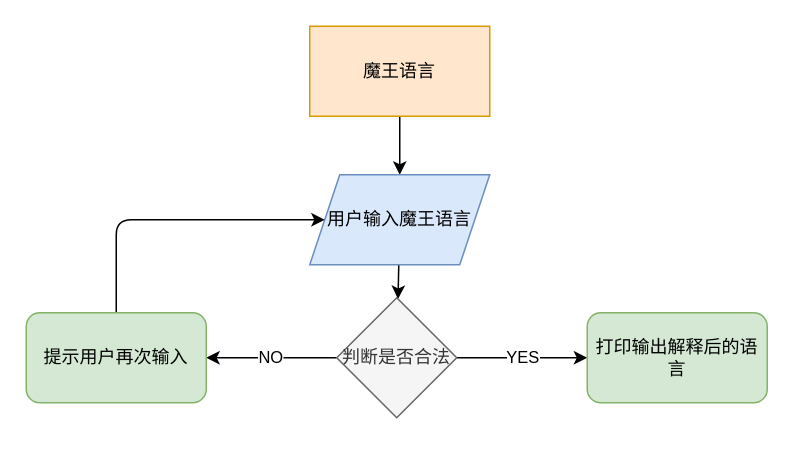
Before: page "第 1 页" (1 of 2) of practice/1.drawio in w040150594/DataStructAlgorithm_hdu, a draw.io diagram. Source tidied: cells renumbered, new cells numbered last; positions are measured from the earlier drawing's top-left corner, leaving out a move shared by most shapes. Both pictures are drawn from the tidied source at 150%, with x=0, y=0 at pixel (26, 26).
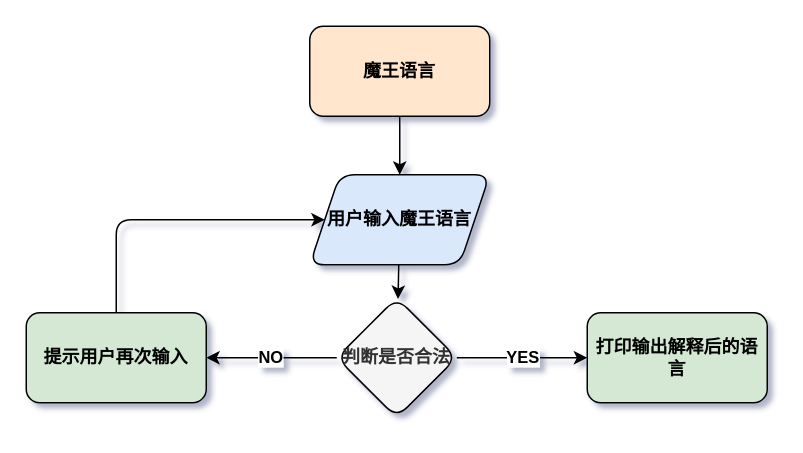
After the change.

The edit, as a diff of the source:
```diff
@@
-<mxGraphModel>
+<mxGraphModel background="#FFFFFF" shadow="1">
   <root>
     <mxCell id="0" />
     <mxCell id="1" parent="0" />
-    <mxCell id="2" style="edgeStyle=none;html=1;" parent="1" edge="1" source="3" target="5">
+    <mxCell id="2" style="edgeStyle=none;html=1;rounded=1;strokeColor=default;shadow=0;sketch=0;fontStyle=1;labelBorderColor=none;horizontal=1;" parent="1" edge="1" source="3" target="5">
       <mxGeometry relative="1" as="geometry" />
     </mxCell>
-    <mxCell id="3" value="魔王语言" style="rounded=0;whiteSpace=wrap;html=1;fillColor=#ffe6cc;strokeColor=#d79b00;" parent="1" vertex="1">
-      <mxGeometry x="189" width="120" height="60" as="geometry" />
-    </mxCell>
-    <mxCell id="4" style="edgeStyle=none;html=1;" parent="1" edge="1" source="5" target="8">
+    <mxCell id="4" style="edgeStyle=none;html=1;rounded=1;strokeColor=default;shadow=0;sketch=0;fontStyle=1;labelBorderColor=none;horizontal=1;" parent="1" edge="1" source="5" target="8">
       <mxGeometry relative="1" as="geometry" />
     </mxCell>
-    <mxCell id="5" value="用户输入魔王语言" style="shape=parallelogram;perimeter=parallelogramPerimeter;whiteSpace=wrap;html=1;fixedSize=1;rounded=0;fillColor=#dae8fc;strokeColor=#6c8ebf;" parent="1" vertex="1">
+    <mxCell id="5" value="用户输入魔王语言" style="shape=parallelogram;perimeter=parallelogramPerimeter;whiteSpace=wrap;html=1;fixedSize=1;rounded=1;fillColor=#dae8fc;strokeColor=default;shadow=0;sketch=0;fontStyle=1;labelBorderColor=none;horizontal=1;" parent="1" vertex="1">
       <mxGeometry x="189" y="99" width="120" height="60" as="geometry" />
     </mxCell>
-    <mxCell id="6" value="YES" style="edgeStyle=none;html=1;exitX=1;exitY=0.5;exitDx=0;exitDy=0;entryX=0;entryY=0.5;entryDx=0;entryDy=0;" parent="1" edge="1" source="8" target="11">
+    <mxCell id="6" value="YES" style="edgeStyle=none;html=1;exitX=1;exitY=0.5;exitDx=0;exitDy=0;entryX=0;entryY=0.5;entryDx=0;entryDy=0;rounded=1;strokeColor=default;shadow=0;sketch=0;fontStyle=1;labelBorderColor=none;horizontal=1;" parent="1" edge="1" source="8" target="11">
       <mxGeometry relative="1" as="geometry" />
     </mxCell>
-    <mxCell id="7" value="NO" style="edgeStyle=none;html=1;exitX=0;exitY=0.5;exitDx=0;exitDy=0;entryX=1;entryY=0.5;entryDx=0;entryDy=0;" parent="1" edge="1" source="8" target="10">
+    <mxCell id="7" value="NO" style="edgeStyle=none;html=1;exitX=0;exitY=0.5;exitDx=0;exitDy=0;entryX=1;entryY=0.5;entryDx=0;entryDy=0;rounded=1;strokeColor=default;shadow=0;sketch=0;fontStyle=1;labelBorderColor=none;horizontal=1;" parent="1" edge="1" source="8" target="10">
       <mxGeometry relative="1" as="geometry" />
     </mxCell>
-    <mxCell id="8" value="判断是否合法" style="rhombus;whiteSpace=wrap;html=1;rounded=0;fillColor=#f5f5f5;fontColor=#333333;strokeColor=#666666;" parent="1" vertex="1">
+    <mxCell id="8" value="判断是否合法" style="rhombus;whiteSpace=wrap;html=1;rounded=1;fillColor=#f5f5f5;fontColor=#333333;strokeColor=default;shadow=0;sketch=0;fontStyle=1;labelBorderColor=none;horizontal=1;" parent="1" vertex="1">
       <mxGeometry x="207" y="181" width="80" height="80" as="geometry" />
     </mxCell>
-    <mxCell id="9" style="edgeStyle=none;html=1;entryX=0;entryY=0.5;entryDx=0;entryDy=0;" parent="1" edge="1" source="10" target="5">
+    <mxCell id="9" style="edgeStyle=none;html=1;entryX=0;entryY=0.5;entryDx=0;entryDy=0;rounded=1;strokeColor=default;shadow=0;sketch=0;fontStyle=1;labelBorderColor=none;horizontal=1;" parent="1" edge="1" source="10" target="5">
       <mxGeometry relative="1" as="geometry">
         <Array as="points">
           <mxPoint x="60" y="129" />
         </Array>
       </mxGeometry>
     </mxCell>
-    <mxCell id="10" value="提示用户再次输入" style="rounded=1;whiteSpace=wrap;html=1;fillColor=#d5e8d4;strokeColor=#82b366;" parent="1" vertex="1">
+    <mxCell id="10" value="提示用户再次输入" style="rounded=1;whiteSpace=wrap;html=1;fillColor=#d5e8d4;strokeColor=default;shadow=0;sketch=0;fontStyle=1;labelBorderColor=none;horizontal=1;" parent="1" vertex="1">
       <mxGeometry y="191" width="120" height="60" as="geometry" />
     </mxCell>
-    <mxCell id="11" value="打印输出解释后的语言" style="rounded=1;whiteSpace=wrap;html=1;fillColor=#d5e8d4;strokeColor=#82b366;" parent="1" vertex="1">
+    <mxCell id="11" value="打印输出解释后的语言" style="rounded=1;whiteSpace=wrap;html=1;fillColor=#d5e8d4;strokeColor=default;shadow=0;sketch=0;fontStyle=1;labelBorderColor=none;horizontal=1;" parent="1" vertex="1">
       <mxGeometry x="374" y="191" width="120" height="60" as="geometry" />
     </mxCell>
+    <mxCell id="3" value="魔王语言" style="rounded=1;whiteSpace=wrap;html=1;fillColor=#ffe6cc;strokeColor=default;shadow=0;sketch=0;fontStyle=1;labelBorderColor=none;horizontal=1;" parent="1" vertex="1">
+      <mxGeometry x="189" width="120" height="60" as="geometry" />
+    </mxCell>
   </root>
 </mxGraphModel>
```
